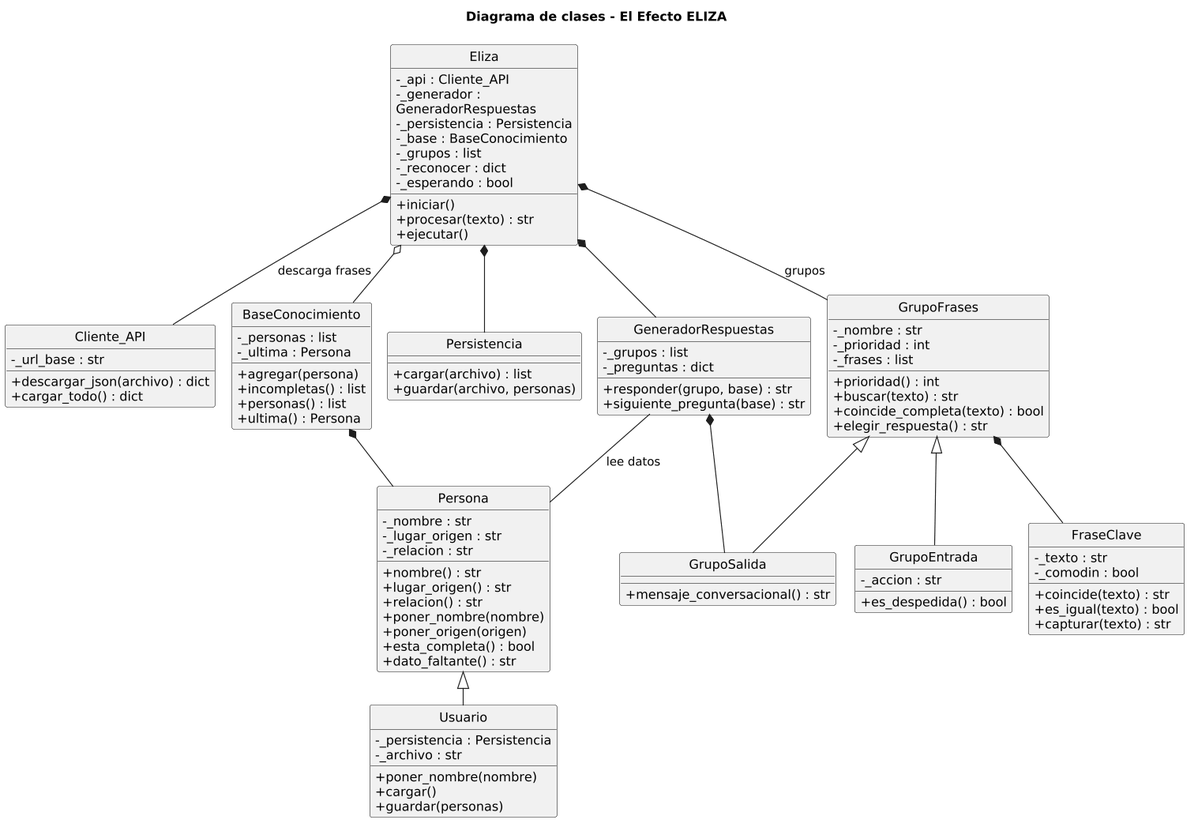
This is diagrama_clases.png from Nuvesita/Codigos, a PlantUML export, as it was before one commit.
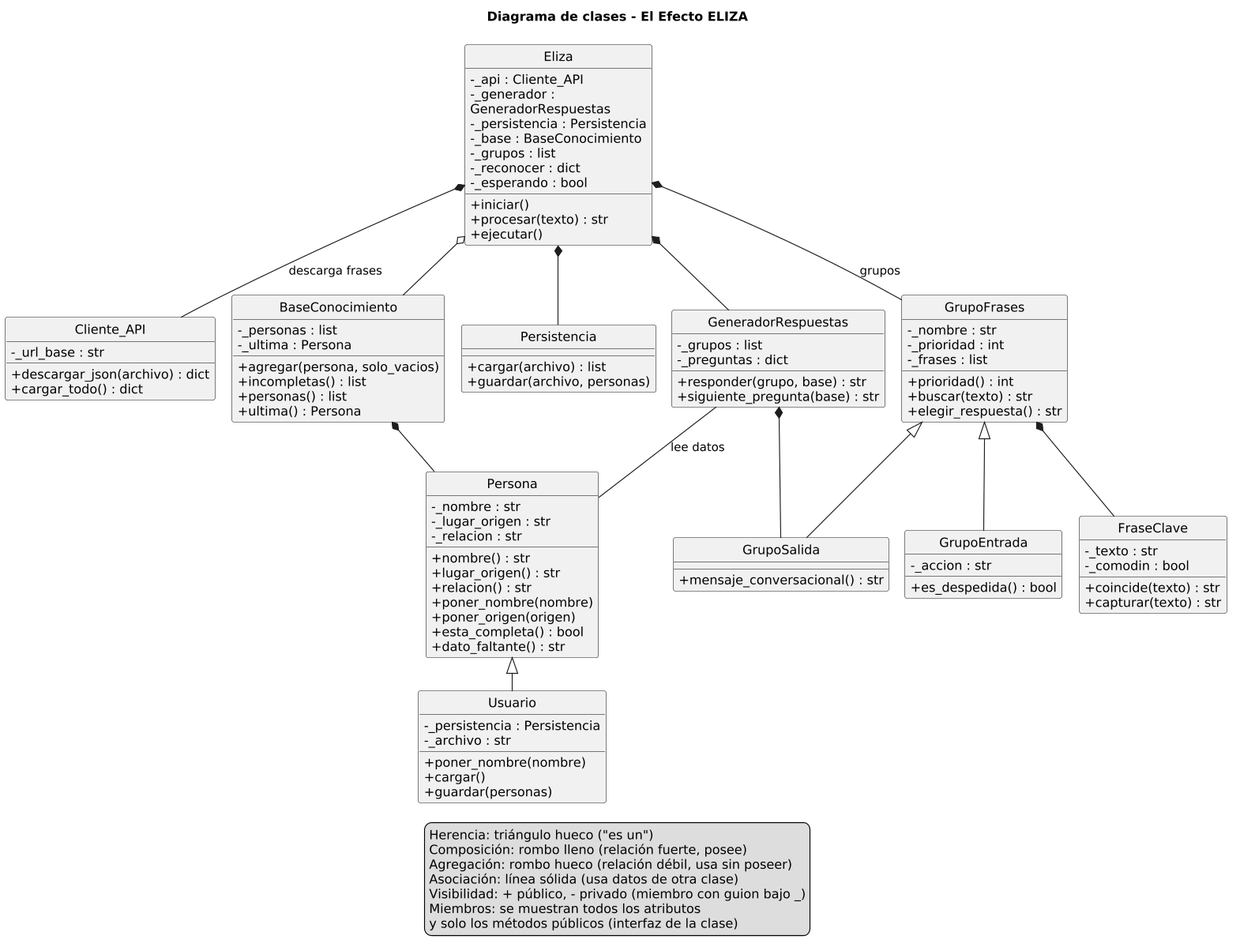
After the change.

What changed in the source:
```diff
@@ -46,7 +46,7 @@
 class BaseConocimiento {
   - _personas : list
   - _ultima : Persona
-  + agregar(persona)
+  + agregar(persona, solo_vacios)
   + incompletas() : list
   + personas() : list
   + ultima() : Persona
@@ -79,7 +79,6 @@
   - _frases : list
   + prioridad() : int
   + buscar(texto) : str
-  + coincide_completa(texto) : bool
   + elegir_respuesta() : str
 }
 
@@ -91,7 +90,6 @@
   - _texto : str
   - _comodin : bool
   + coincide(texto) : str
-  + es_igual(texto) : bool
   + capturar(texto) : str
 }
 
@@ -112,5 +110,13 @@
 
 GeneradorRespuestas -- Persona : lee datos
 
-
+legend bottom
+  Herencia: triángulo hueco ("es un")
+  Composición: rombo lleno (relación fuerte, posee)
+  Agregación: rombo hueco (relación débil, usa sin poseer)
+  Asociación: línea sólida (usa datos de otra clase)
+  Visibilidad: + público, - privado (miembro con guion bajo _)
+  Miembros: se muestran todos los atributos
+  y solo los métodos públicos (interfaz de la clase)
+endlegend
 @enduml
```
